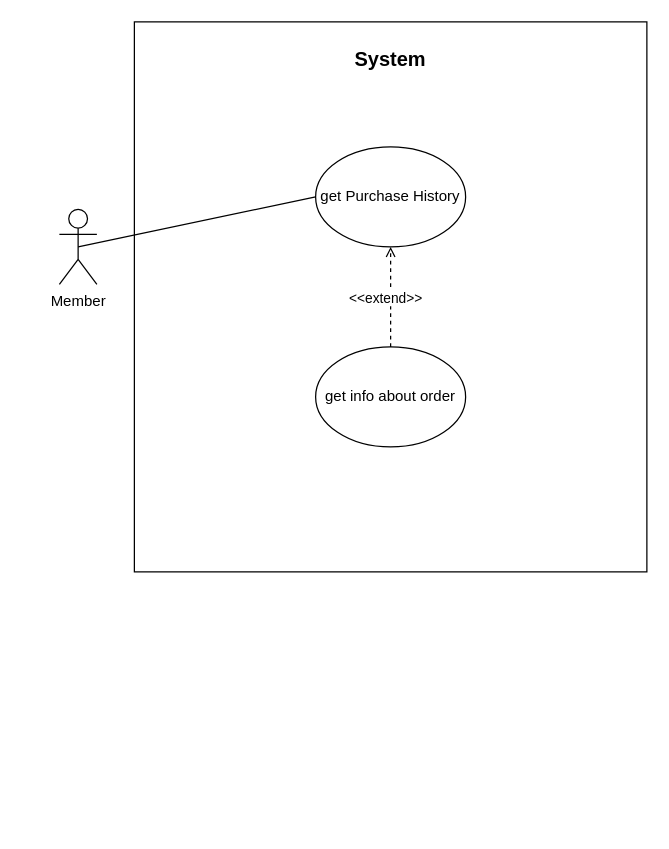
Above: use cases/use case 3.7.drawio in LevyIfta/Team-19B-Project (draw.io), before the change. Source tidied: cells renumbered, new cells numbered last; positions are measured from the earlier drawing's top-left corner, leaving out a move shared by most shapes. Both pictures are drawn from the tidied source at 125%, with x=0, y=0 at pixel (59, 21).
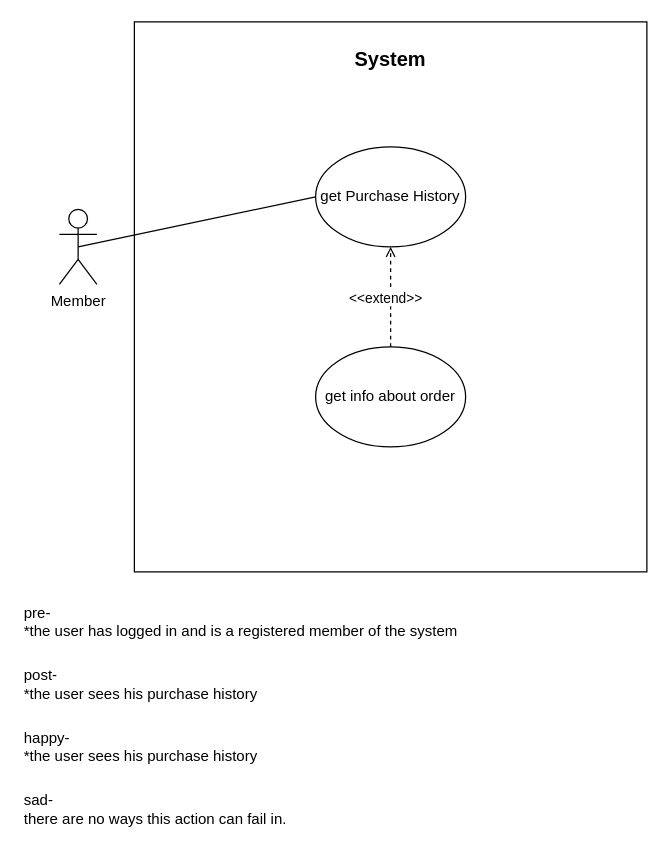
The same page after the edit.

The edit, as a diff of the source:
```diff
@@
 <mxGraphModel>
   <root>
     <mxCell id="0" />
     <mxCell id="1" parent="0" />
     <mxCell id="2" style="rounded=0;whiteSpace=wrap;html=1;" parent="1" vertex="1">
       <mxGeometry x="60" width="410" height="440" as="geometry" />
     </mxCell>
     <mxCell id="3" value="&lt;font size=&quot;3&quot;&gt;&lt;b&gt;System&lt;/b&gt;&lt;/font&gt;" style="text;html=1;strokeColor=none;fillColor=none;align=center;verticalAlign=middle;whiteSpace=wrap;rounded=0;" parent="1" vertex="1">
       <mxGeometry x="245" y="20" width="40" height="20" as="geometry" />
     </mxCell>
     <mxCell id="4" value="Member" style="shape=umlActor;verticalLabelPosition=bottom;verticalAlign=top;html=1;outlineConnect=0;" parent="1" vertex="1">
       <mxGeometry y="150" width="30" height="60" as="geometry" />
     </mxCell>
     <mxCell id="5" value="get Purchase History" style="ellipse;whiteSpace=wrap;html=1;" parent="1" vertex="1">
       <mxGeometry x="205" y="100" width="120" height="80" as="geometry" />
     </mxCell>
     <mxCell id="6" style="endArrow=none;html=1;strokeWidth=1;exitX=0.5;exitY=0.5;exitDx=0;exitDy=0;exitPerimeter=0;entryX=0;entryY=0.5;entryDx=0;entryDy=0;" parent="1" edge="1" source="4" target="5">
       <mxGeometry relative="1" as="geometry" />
     </mxCell>
     <mxCell id="7" value="get info about order" style="ellipse;whiteSpace=wrap;html=1;" parent="1" vertex="1">
       <mxGeometry x="205" y="260" width="120" height="80" as="geometry" />
     </mxCell>
     <mxCell id="8" style="endArrow=open;dashed=1;html=1;strokeWidth=1;entryX=0.5;entryY=1;entryDx=0;entryDy=0;exitX=0.5;exitY=0;exitDx=0;exitDy=0;endFill=0;" parent="1" edge="1" source="7" target="5">
       <mxGeometry relative="1" as="geometry" />
     </mxCell>
     <mxCell id="9" value="&amp;lt;&amp;lt;extend&amp;gt;&amp;gt;" style="edgeLabel;html=1;align=center;verticalAlign=middle;" parent="8" vertex="1">
       <mxGeometry x="-0.4" y="-4" relative="1" as="geometry">
         <mxPoint x="-9" y="-16" as="offset" />
       </mxGeometry>
     </mxCell>
+    <mxCell id="10" value="pre-&lt;br&gt;*the user has logged in and is a registered member of the system" style="text;html=1;strokeColor=none;fillColor=none;align=left;verticalAlign=middle;whiteSpace=wrap;rounded=0;" parent="1" vertex="1">
+      <mxGeometry x="-30" y="470" width="480" height="20" as="geometry" />
+    </mxCell>
+    <mxCell id="11" value="post-&lt;br&gt;*the user sees his purchase history" style="text;html=1;strokeColor=none;fillColor=none;align=left;verticalAlign=middle;whiteSpace=wrap;rounded=0;" parent="1" vertex="1">
+      <mxGeometry x="-30" y="520" width="320" height="20" as="geometry" />
+    </mxCell>
+    <mxCell id="12" value="happy-&lt;br&gt;*the user sees his purchase history" style="text;html=1;strokeColor=none;fillColor=none;align=left;verticalAlign=middle;whiteSpace=wrap;rounded=0;" parent="1" vertex="1">
+      <mxGeometry x="-30" y="570" width="320" height="20" as="geometry" />
+    </mxCell>
+    <mxCell id="13" value="sad-&lt;br&gt;there are no ways this action can fail in." style="text;html=1;strokeColor=none;fillColor=none;align=left;verticalAlign=middle;whiteSpace=wrap;rounded=0;" parent="1" vertex="1">
+      <mxGeometry x="-30" y="620" width="220" height="20" as="geometry" />
+    </mxCell>
   </root>
 </mxGraphModel>
```
